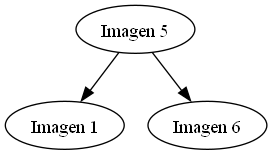
Above: img/arbolAVL.png in C-FernandoSazo/EDD_PROYECTOF2_202202906 (Graphviz), before the change. Its source is kept beside it as dot/arbolAVL.dot.
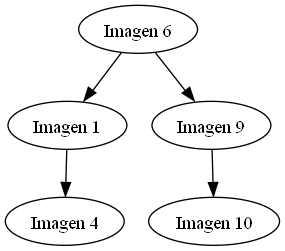
After the commit.

Change to the diagram source:
```diff
@@ -1,7 +1,11 @@
- digraph impresiones {
-5[label="Imagen 5"]
-           5  ->            1
+ digraph imagenes {
+6[label="Imagen 6"]
+           6  ->            1
 1[label="Imagen 1"]
-           5  ->            6
-6[label="Imagen 6"]
+           1  ->            4
+4[label="Imagen 4"]
+           6  ->            9
+9[label="Imagen 9"]
+           9  ->           10
+10[label="Imagen 10"]
  }
```
